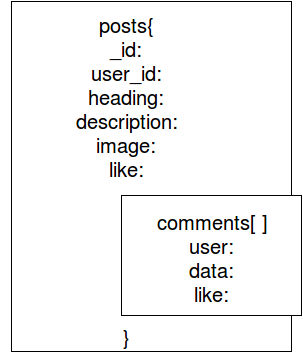
sohailpatel/mongodb keeps this draw.io diagram as mongoposts.png. Above is the earlier version. Source tidied: cells renumbered, new cells last; positions are measured from the earlier drawing's top-left corner, leaving out a move shared by most shapes.
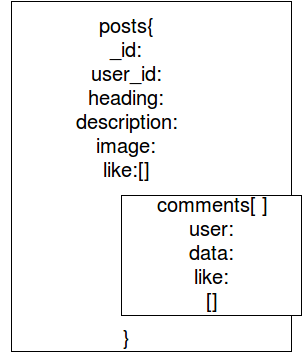
The same file after the commit.

Change to the diagram source:
```diff
@@ -5,14 +5,14 @@
     <mxCell id="2" style="whiteSpace=wrap;html=1;" parent="1" vertex="1">
       <mxGeometry x="10" width="280" height="350" as="geometry" />
     </mxCell>
-    <mxCell id="3" value="&lt;font style=&quot;font-size: 20px&quot;&gt;posts{&lt;br&gt;_id:&lt;br&gt;user_id:&lt;br&gt;heading:&lt;br&gt;description:&lt;br&gt;image:&lt;br&gt;like:&lt;br&gt;&lt;br&gt;&lt;br&gt;&lt;br&gt;&lt;br&gt;&lt;br&gt;&lt;br&gt;}&lt;br&gt;&lt;/font&gt;" style="text;html=1;strokeColor=none;fillColor=none;align=center;verticalAlign=middle;whiteSpace=wrap;overflow=hidden;" parent="1" vertex="1">
+    <mxCell id="3" value="&lt;font style=&quot;font-size: 20px&quot;&gt;posts{&lt;br&gt;_id:&lt;br&gt;user_id:&lt;br&gt;heading:&lt;br&gt;description:&lt;br&gt;image:&lt;br&gt;like:[]&lt;br&gt;&lt;br&gt;&lt;br&gt;&lt;br&gt;&lt;br&gt;&lt;br&gt;&lt;br&gt;}&lt;br&gt;&lt;/font&gt;" style="text;html=1;strokeColor=none;fillColor=none;align=center;verticalAlign=middle;whiteSpace=wrap;overflow=hidden;" parent="1" vertex="1">
       <mxGeometry width="250" height="360" as="geometry" />
     </mxCell>
     <mxCell id="4" style="whiteSpace=wrap;html=1;" parent="1" vertex="1">
       <mxGeometry x="120" y="194" width="180" height="120" as="geometry" />
     </mxCell>
-    <mxCell id="5" value="comments[ ]&lt;br&gt;user:&lt;br&gt;data:&lt;br&gt;like:&lt;br&gt;" style="text;html=1;strokeColor=none;fillColor=none;align=center;verticalAlign=middle;whiteSpace=wrap;overflow=hidden;fontSize=20;" parent="1" vertex="1">
-      <mxGeometry x="130" y="202" width="160" height="110" as="geometry" />
+    <mxCell id="5" value="comments[ ]&lt;br&gt;user:&lt;br&gt;data:&lt;br&gt;like:&lt;br&gt;[]" style="text;html=1;strokeColor=none;fillColor=none;align=center;verticalAlign=middle;whiteSpace=wrap;overflow=hidden;fontSize=20;" parent="1" vertex="1">
+      <mxGeometry x="120" y="188" width="180" height="126" as="geometry" />
     </mxCell>
   </root>
 </mxGraphModel>
```
